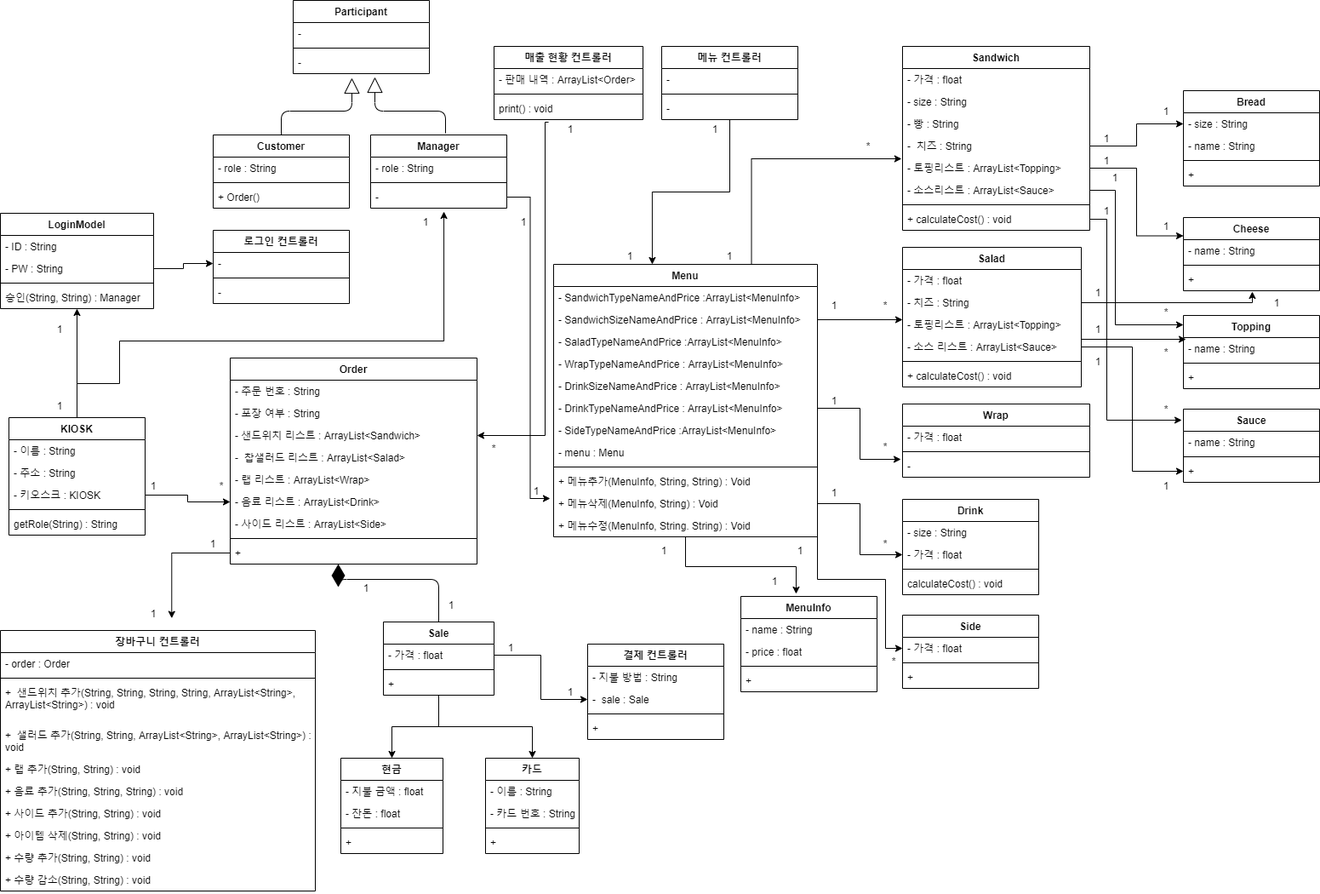
Above: 상세명세서/Structural Model/Class Diagram.png in distroytest/KNUSD-20202-Team05 (draw.io), before the change. Source tidied: cells renumbered, new cells last; positions are measured from the earlier drawing's top-left corner, leaving out a move shared by most shapes.
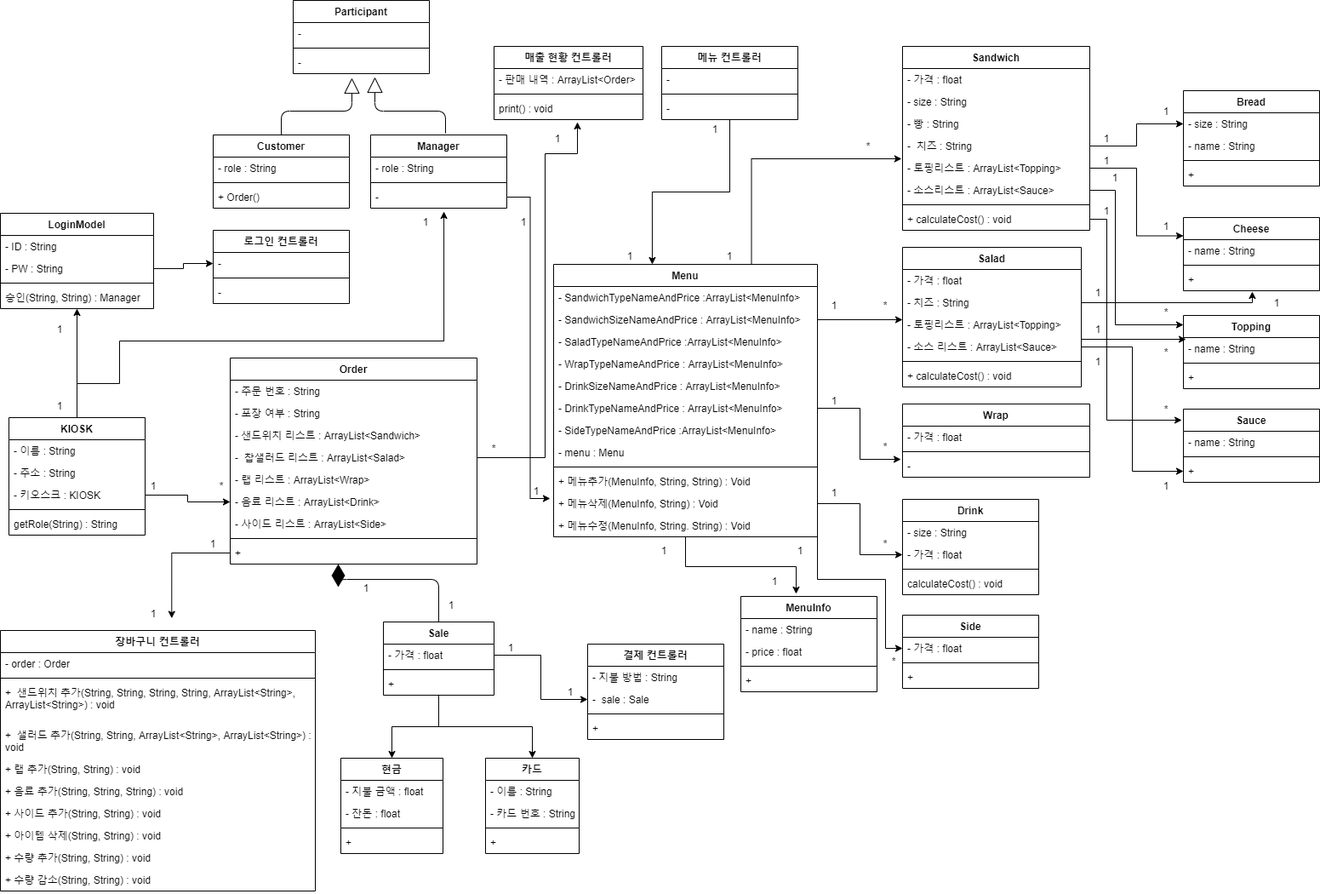
Above is the later version.

Diff of the diagram source:
```diff
@@ -671,16 +671,17 @@
     <mxCell id="208" value="*" style="text;html=1;strokeColor=none;fillColor=none;align=center;verticalAlign=middle;whiteSpace=wrap;rounded=0;" parent="1" vertex="1">
       <mxGeometry x="560" y="516" width="40" height="20" as="geometry" />
     </mxCell>
-    <mxCell id="209" style="edgeStyle=orthogonalEdgeStyle;rounded=0;jettySize=auto;html=1;entryX=1;entryY=0.5;entryDx=0;entryDy=0;exitX=0.366;exitY=1.115;exitDx=0;exitDy=0;exitPerimeter=0;" parent="1" edge="1" source="207" target="13">
-      <mxGeometry relative="1" as="geometry">
-        <Array as="points">
-          <mxPoint x="640" y="143" />
-          <mxPoint x="640" y="511" />
-        </Array>
-      </mxGeometry>
-    </mxCell>
     <mxCell id="210" value="1" style="text;html=1;strokeColor=none;fillColor=none;align=center;verticalAlign=middle;whiteSpace=wrap;rounded=0;" parent="1" vertex="1">
-      <mxGeometry x="650" y="141" width="40" height="20" as="geometry" />
+      <mxGeometry x="635" y="152" width="40" height="20" as="geometry" />
     </mxCell>
+    <mxCell id="211" style="edgeStyle=orthogonalEdgeStyle;rounded=0;jettySize=auto;html=1;exitX=1;exitY=0.5;exitDx=0;exitDy=0;entryX=0.56;entryY=1.115;entryDx=0;entryDy=0;entryPerimeter=0;" parent="1" edge="1" source="14" target="207">
+      <mxGeometry relative="1" as="geometry">
+        <Array as="points">
+          <mxPoint x="640" y="537" />
+          <mxPoint x="640" y="180" />
+          <mxPoint x="678" y="180" />
+        </Array>
+      </mxGeometry>
+    </mxCell>
   </root>
 </mxGraphModel>
```
